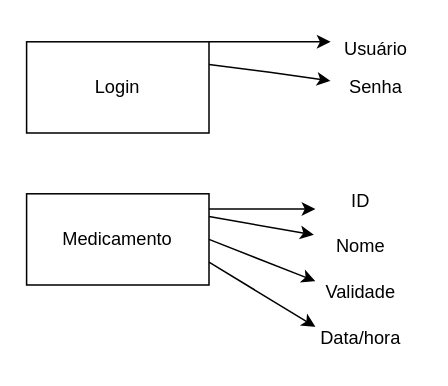
Fautus/ProjetoBD keeps this draw.io diagram as Diagrama sem nome.drawio. Above is the earlier version. Source tidied: cells renumbered, new cells numbered last; positions are measured from the earlier drawing's top-left corner, leaving out a move shared by most shapes. Both pictures are drawn from the tidied source at 152%, with x=0, y=0 at pixel (26, 26).
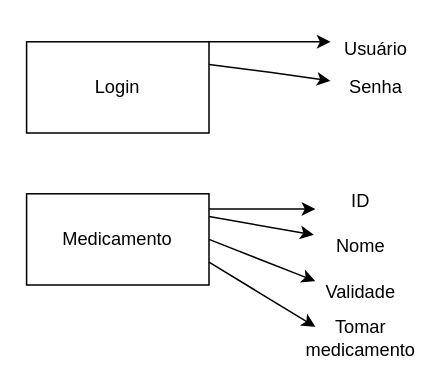
The same diagram, later.

The edit, as a diff of the source:
```diff
@@
 <mxGraphModel>
   <root>
     <mxCell id="0" />
     <mxCell id="1" parent="0" />
     <mxCell id="2" value="Login" style="rounded=0;whiteSpace=wrap;html=1;" parent="1" vertex="1">
       <mxGeometry y="10" width="120" height="60" as="geometry" />
     </mxCell>
     <mxCell id="3" style="endArrow=classic;html=1;rounded=0;exitX=1;exitY=0;exitDx=0;exitDy=0;" parent="1" edge="1" source="2">
       <mxGeometry relative="1" as="geometry">
         <mxPoint x="200" y="10" as="targetPoint" />
         <Array as="points">
           <mxPoint x="160" y="10" />
         </Array>
       </mxGeometry>
     </mxCell>
     <mxCell id="4" value="Usuário" style="text;html=1;align=center;verticalAlign=middle;whiteSpace=wrap;rounded=0;" parent="1" vertex="1">
       <mxGeometry x="200" width="60" height="30" as="geometry" />
     </mxCell>
     <mxCell id="5" style="endArrow=classic;html=1;rounded=0;exitX=1;exitY=0.25;exitDx=0;exitDy=0;" parent="1" edge="1" source="2" target="6">
       <mxGeometry relative="1" as="geometry">
         <Array as="points">
           <mxPoint x="160" y="30" />
         </Array>
       </mxGeometry>
     </mxCell>
     <mxCell id="6" value="Senha" style="text;html=1;align=center;verticalAlign=middle;whiteSpace=wrap;rounded=0;" parent="1" vertex="1">
       <mxGeometry x="200" y="25" width="60" height="30" as="geometry" />
     </mxCell>
     <mxCell id="7" value="Medicamento" style="rounded=0;whiteSpace=wrap;html=1;" parent="1" vertex="1">
       <mxGeometry y="110" width="120" height="60" as="geometry" />
     </mxCell>
     <mxCell id="8" style="endArrow=classic;html=1;rounded=0;" parent="1" edge="1">
       <mxGeometry relative="1" as="geometry">
         <mxPoint x="120" y="120" as="sourcePoint" />
         <mxPoint x="190" y="120" as="targetPoint" />
       </mxGeometry>
     </mxCell>
     <mxCell id="9" value="ID" style="text;html=1;align=center;verticalAlign=middle;whiteSpace=wrap;rounded=0;" parent="1" vertex="1">
       <mxGeometry x="190" y="100" width="60" height="30" as="geometry" />
     </mxCell>
     <mxCell id="10" style="endArrow=classic;html=1;rounded=0;exitX=1;exitY=0.25;exitDx=0;exitDy=0;entryX=-0.017;entryY=1.233;entryDx=0;entryDy=0;entryPerimeter=0;" parent="1" edge="1" source="7" target="9">
       <mxGeometry relative="1" as="geometry" />
     </mxCell>
     <mxCell id="11" value="Nome" style="text;html=1;align=center;verticalAlign=middle;whiteSpace=wrap;rounded=0;" parent="1" vertex="1">
       <mxGeometry x="190" y="130" width="60" height="30" as="geometry" />
     </mxCell>
     <mxCell id="12" style="endArrow=classic;html=1;rounded=0;exitX=1;exitY=0.5;exitDx=0;exitDy=0;entryX=0;entryY=0.25;entryDx=0;entryDy=0;" parent="1" edge="1" source="7" target="13">
       <mxGeometry relative="1" as="geometry" />
     </mxCell>
     <mxCell id="13" value="Validade" style="text;html=1;align=center;verticalAlign=middle;whiteSpace=wrap;rounded=0;" parent="1" vertex="1">
       <mxGeometry x="190" y="160" width="60" height="30" as="geometry" />
     </mxCell>
-    <mxCell id="14" value="Data/hora" style="text;html=1;align=center;verticalAlign=middle;whiteSpace=wrap;rounded=0;" parent="1" vertex="1">
+    <mxCell id="14" value="Tomar medicamento" style="text;html=1;align=center;verticalAlign=middle;whiteSpace=wrap;rounded=0;" parent="1" vertex="1">
       <mxGeometry x="190" y="190" width="60" height="30" as="geometry" />
     </mxCell>
     <mxCell id="15" style="endArrow=classic;html=1;rounded=0;exitX=1;exitY=0.75;exitDx=0;exitDy=0;entryX=0;entryY=0.25;entryDx=0;entryDy=0;" parent="1" edge="1" source="7" target="14">
       <mxGeometry relative="1" as="geometry" />
     </mxCell>
   </root>
 </mxGraphModel>
```
